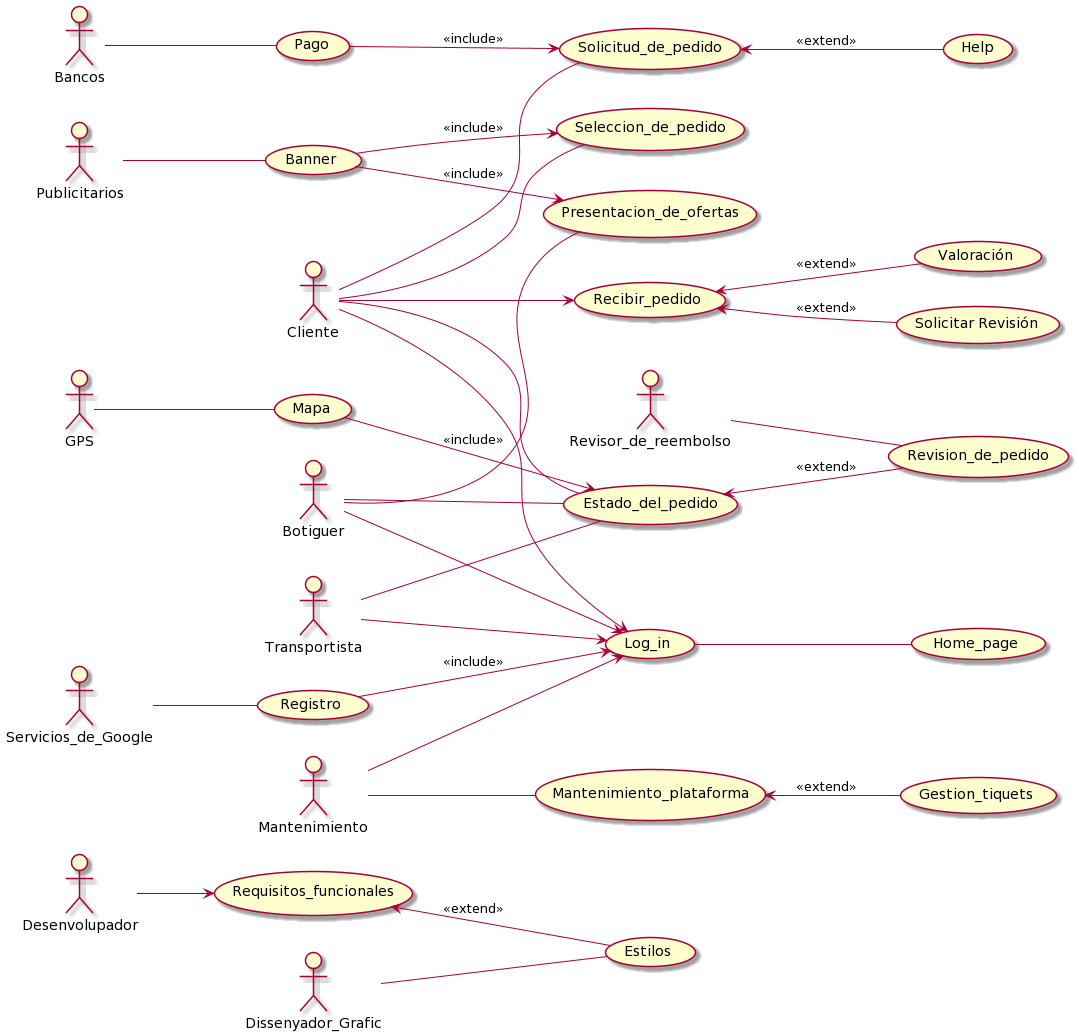
polpagesdev/delivery-app keeps this PlantUML diagram as diagrams/Diagrama_Casos_Us.png. Above is the earlier version.
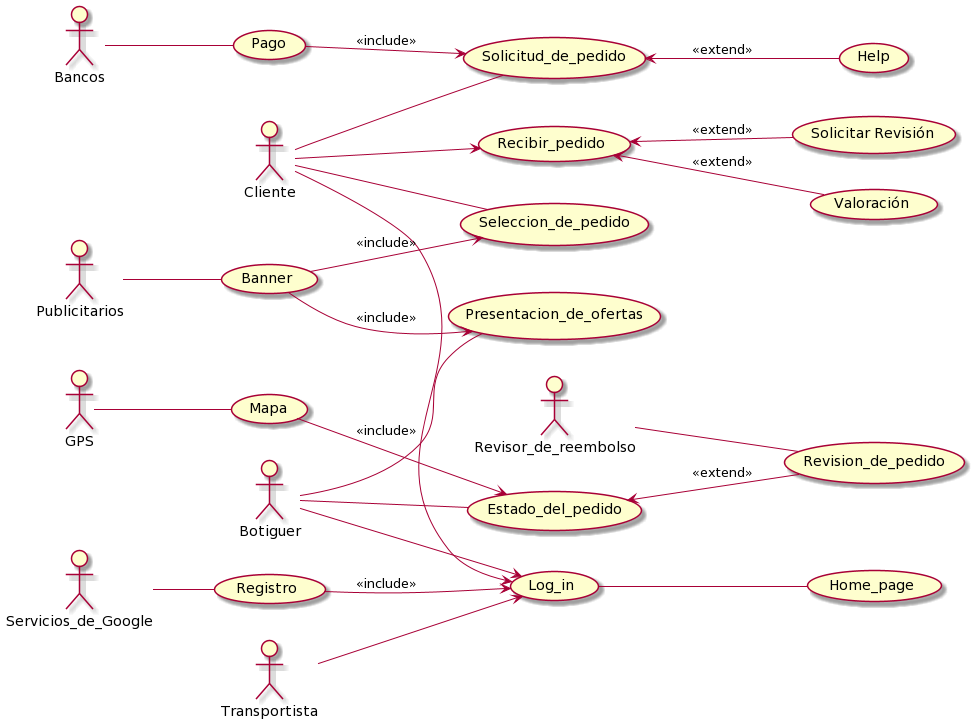
The same file after the commit.

Commit message:
Updated Diagrama casos d'Us

What changed in the source:
```diff
@@ -1,14 +1,11 @@
 @startuml
 left to right direction
 
-actor Desenvolupador
 actor Botiguer
 actor Transportista
-actor Dissenyador_Grafic
 actor Revisor_de_reembolso
 actor Publicitarios
 actor Bancos
-actor Mantenimiento
 actor GPS
 actor Servicios_de_Google
 actor Cliente
@@ -23,17 +20,11 @@
 Cliente --> (Log_in)
 Botiguer --> (Log_in)
 Transportista --> (Log_in)
-Mantenimiento --> (Log_in)
 Servicios_de_Google -- (Registro)
 Publicitarios -- (Banner)
 Cliente --> (Recibir_pedido)
-Cliente -- (Estado_del_pedido)
-Transportista -- (Estado_del_pedido)
-Desenvolupador --> (Requisitos_funcionales)
 Bancos -- (Pago)
 Revisor_de_reembolso -- (Revision_de_pedido)
-Dissenyador_Grafic -- (Estilos)
-Mantenimiento -- (Mantenimiento_plataforma)
 (Mapa) --> (Estado_del_pedido) : <<include>>
 (Registro) --> (Log_in) : <<include>>
 (Banner) --> (Seleccion_de_pedido) : <<include>>
@@ -41,9 +32,7 @@
 (Banner) --> (Presentacion_de_ofertas) : <<include>>
 (Log_in) -- (Home_page)
 (Solicitud_de_pedido) <-- (Help) : <<extend>>
-(Requisitos_funcionales) <-- (Estilos) : <<extend>>
 (Recibir_pedido) <-- (Valoración) : <<extend>>
 (Recibir_pedido) <-- (Solicitar Revisión) : <<extend>>
 (Estado_del_pedido) <-- (Revision_de_pedido) : <<extend>>
-(Mantenimiento_plataforma) <-- (Gestion_tiquets) : <<extend>>
 @enduml
```
